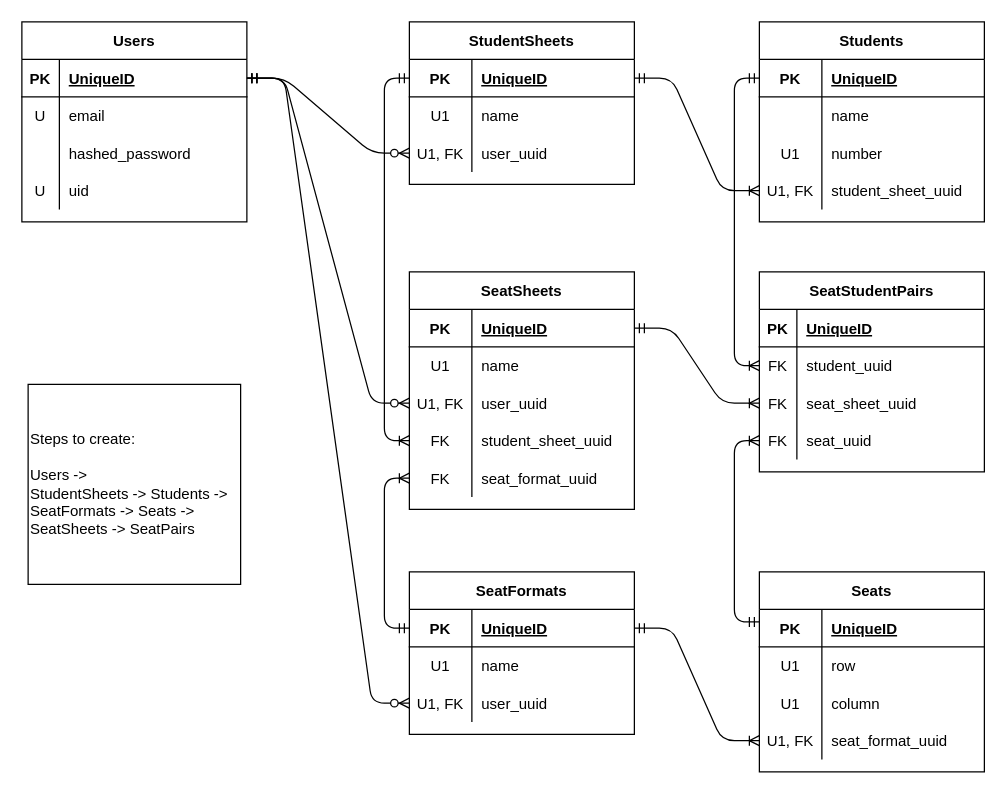
youngeek-0410/sekigae keeps this draw.io diagram as references/er.drawio. Above is the earlier version. Source tidied: cells renumbered, new cells numbered last; positions are measured from the earlier drawing's top-left corner, leaving out a move shared by most shapes. Both pictures are drawn from the tidied source at 125%, with x=0, y=0 at pixel (21, 21).
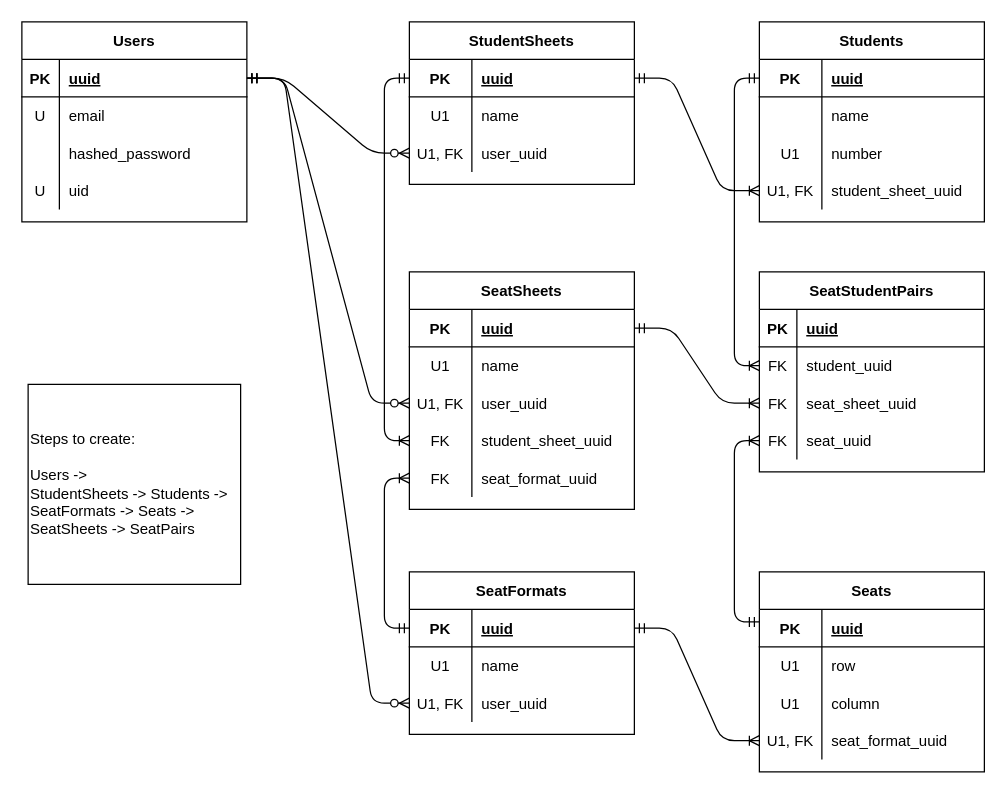
After the change.

Commit message (it also covers changes not shown here):
fix: UniqueID -> uuid #3

The change refers to these unchanged cells:
```xml
<mxCell id="3" style="shape=partialRectangle;fillColor=none;top=0;left=0;bottom=1;right=0;points=[[0,0.5],[1,0.5]];portConstraint=eastwest;" parent="2" vertex="1">
  <mxGeometry y="30" width="180" height="30" as="geometry" />
</mxCell>
<mxCell id="16" style="shape=partialRectangle;fillColor=none;top=0;left=0;bottom=1;right=0;points=[[0,0.5],[1,0.5]];portConstraint=eastwest;" parent="15" vertex="1">
  <mxGeometry y="30" width="180" height="30" as="geometry" />
</mxCell>
<mxCell id="33" style="shape=partialRectangle;fillColor=none;top=0;left=0;bottom=1;right=0;points=[[0,0.5],[1,0.5]];portConstraint=eastwest;" parent="32" vertex="1">
  <mxGeometry y="30" width="180" height="30" as="geometry" />
</mxCell>
<mxCell id="43" style="shape=partialRectangle;fillColor=none;top=0;left=0;bottom=1;right=0;points=[[0,0.5],[1,0.5]];portConstraint=eastwest;" parent="42" vertex="1">
  <mxGeometry y="30" width="180" height="30" as="geometry" />
</mxCell>
<mxCell id="56" style="shape=partialRectangle;fillColor=none;top=0;left=0;bottom=1;right=0;points=[[0,0.5],[1,0.5]];portConstraint=eastwest;" parent="55" vertex="1">
  <mxGeometry y="30" width="180" height="30" as="geometry" />
</mxCell>
<mxCell id="66" style="shape=partialRectangle;fillColor=none;top=0;left=0;bottom=1;right=0;" parent="65" vertex="1">
  <mxGeometry y="30" width="180" height="30" as="geometry" />
</mxCell>
<mxCell id="79" style="shape=partialRectangle;fillColor=none;top=0;left=0;bottom=1;right=0;" parent="78" vertex="1">
  <mxGeometry y="30" width="180" height="30" as="geometry" />
</mxCell>
```

The edit, as a diff of the source:
```diff
@@
-    <mxCell id="5" value="UniqueID" style="shape=partialRectangle;fillColor=none;top=0;left=0;bottom=0;right=0;align=left;spacingLeft=6;fontStyle=5;overflow=hidden;" parent="3" vertex="1">
+    <mxCell id="5" value="uuid" style="shape=partialRectangle;fillColor=none;top=0;left=0;bottom=0;right=0;align=left;spacingLeft=6;fontStyle=5;overflow=hidden;" parent="3" vertex="1">
       <mxGeometry x="30" width="150" height="30" as="geometry" />
     </mxCell>
@@
-    <mxCell id="18" value="UniqueID" style="shape=partialRectangle;fillColor=none;top=0;left=0;bottom=0;right=0;align=left;spacingLeft=6;fontStyle=5;overflow=hidden;" parent="16" vertex="1">
+    <mxCell id="18" value="uuid" style="shape=partialRectangle;fillColor=none;top=0;left=0;bottom=0;right=0;align=left;spacingLeft=6;fontStyle=5;overflow=hidden;" parent="16" vertex="1">
       <mxGeometry x="50" width="130" height="30" as="geometry" />
     </mxCell>
@@
-    <mxCell id="35" value="UniqueID" style="shape=partialRectangle;fillColor=none;top=0;left=0;bottom=0;right=0;align=left;spacingLeft=6;fontStyle=5;overflow=hidden;" parent="33" vertex="1">
+    <mxCell id="35" value="uuid" style="shape=partialRectangle;fillColor=none;top=0;left=0;bottom=0;right=0;align=left;spacingLeft=6;fontStyle=5;overflow=hidden;" parent="33" vertex="1">
       <mxGeometry x="50" width="130" height="30" as="geometry" />
     </mxCell>
@@
-    <mxCell id="45" value="UniqueID" style="shape=partialRectangle;fillColor=none;top=0;left=0;bottom=0;right=0;align=left;spacingLeft=6;fontStyle=5;overflow=hidden;" parent="43" vertex="1">
+    <mxCell id="45" value="uuid" style="shape=partialRectangle;fillColor=none;top=0;left=0;bottom=0;right=0;align=left;spacingLeft=6;fontStyle=5;overflow=hidden;" parent="43" vertex="1">
       <mxGeometry x="50" width="130" height="30" as="geometry" />
     </mxCell>
@@
-    <mxCell id="58" value="UniqueID" style="shape=partialRectangle;fillColor=none;top=0;left=0;bottom=0;right=0;align=left;spacingLeft=6;fontStyle=5;overflow=hidden;" parent="56" vertex="1">
+    <mxCell id="58" value="uuid" style="shape=partialRectangle;fillColor=none;top=0;left=0;bottom=0;right=0;align=left;spacingLeft=6;fontStyle=5;overflow=hidden;" parent="56" vertex="1">
       <mxGeometry x="50" width="130" height="30" as="geometry" />
     </mxCell>
@@
-    <mxCell id="68" value="UniqueID" style="shape=partialRectangle;fillColor=none;top=0;left=0;bottom=0;right=0;align=left;spacingLeft=6;fontStyle=5;overflow=hidden;" parent="66" vertex="1">
+    <mxCell id="68" value="uuid" style="shape=partialRectangle;fillColor=none;top=0;left=0;bottom=0;right=0;align=left;spacingLeft=6;fontStyle=5;overflow=hidden;" parent="66" vertex="1">
       <mxGeometry x="50" width="130" height="30" as="geometry" />
     </mxCell>
@@
-    <mxCell id="81" value="UniqueID" style="shape=partialRectangle;fillColor=none;top=0;left=0;bottom=0;right=0;align=left;spacingLeft=6;fontStyle=5;overflow=hidden;" parent="79" vertex="1">
+    <mxCell id="81" value="uuid" style="shape=partialRectangle;fillColor=none;top=0;left=0;bottom=0;right=0;align=left;spacingLeft=6;fontStyle=5;overflow=hidden;" parent="79" vertex="1">
       <mxGeometry x="30" width="150" height="30" as="geometry" />
     </mxCell>
```
